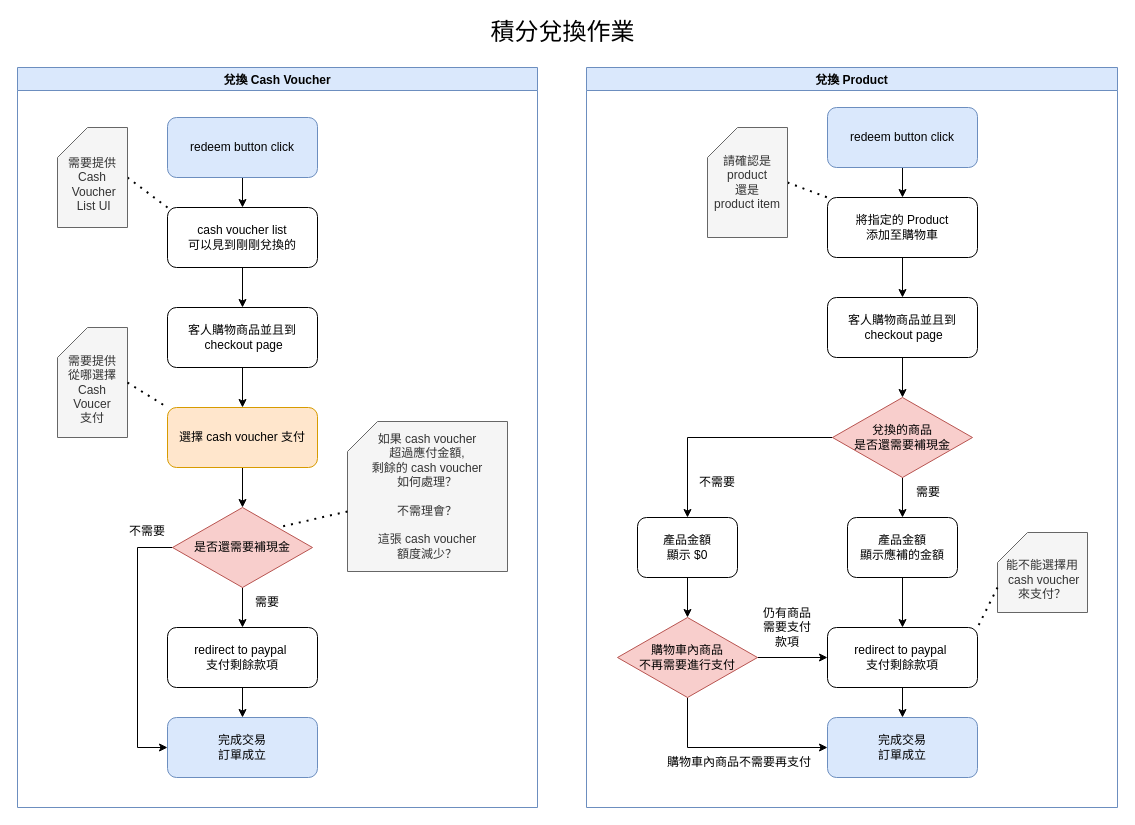
Above: Redeem_Flow.drawio in robbywu-linkage/robbywu-linkage (draw.io), before the change. Source tidied: cells renumbered, new cells numbered last; positions are measured from the earlier drawing's top-left corner, leaving out a move shared by most shapes. Both pictures are drawn from the tidied source at 100%, with x=0, y=0 at pixel (17, 17).
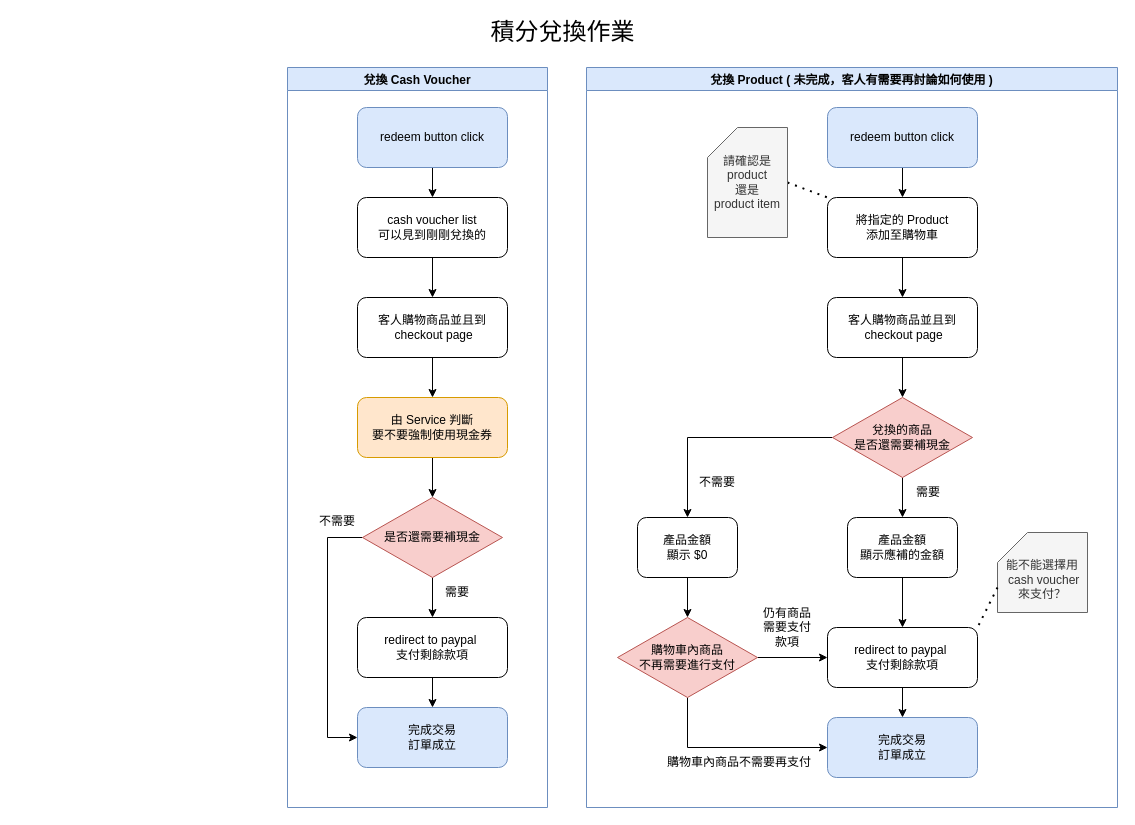
The same page after the edit.

Diff of the diagram source:
```diff
@@
     <mxCell id="2" value="兌換 Cash Voucher" style="swimlane;fillColor=#dae8fc;strokeColor=#6c8ebf;" parent="1" vertex="1">
-      <mxGeometry y="50" width="520" height="740" as="geometry" />
+      <mxGeometry x="270" y="50" width="260" height="740" as="geometry" />
     </mxCell>
     <mxCell id="3" value="cash voucher list &lt;br&gt;可以見到剛剛兌換的" style="rounded=1;whiteSpace=wrap;html=1;" parent="2" vertex="1">
-      <mxGeometry x="150" y="140" width="150" height="60" as="geometry" />
+      <mxGeometry x="70" y="130" width="150" height="60" as="geometry" />
     </mxCell>
@@
     <mxCell id="5" value="redeem button click" style="rounded=1;whiteSpace=wrap;html=1;fillColor=#dae8fc;strokeColor=#6c8ebf;" parent="2" vertex="1">
-      <mxGeometry x="150" y="50" width="150" height="60" as="geometry" />
+      <mxGeometry x="70" y="40" width="150" height="60" as="geometry" />
     </mxCell>
     <mxCell id="6" value="客人購物商品並且到&lt;br&gt;&amp;nbsp;checkout page" style="rounded=1;whiteSpace=wrap;html=1;" parent="2" vertex="1">
-      <mxGeometry x="150" y="240" width="150" height="60" as="geometry" />
+      <mxGeometry x="70" y="230" width="150" height="60" as="geometry" />
     </mxCell>
@@
-    <mxCell id="9" value="選擇 cash voucher 支付" style="rounded=1;whiteSpace=wrap;html=1;fillColor=#ffe6cc;strokeColor=#d79b00;" parent="2" vertex="1">
-      <mxGeometry x="150" y="340" width="150" height="60" as="geometry" />
+    <mxCell id="9" value="由 Service 判斷&lt;br&gt;要不要強制使用現金券" style="rounded=1;whiteSpace=wrap;html=1;fillColor=#ffe6cc;strokeColor=#d79b00;" parent="2" vertex="1">
+      <mxGeometry x="70" y="330" width="150" height="60" as="geometry" />
     </mxCell>
@@
     <mxCell id="12" style="edgeStyle=orthogonalEdgeStyle;rounded=0;jettySize=auto;html=1;entryX=0;entryY=0.5;entryDx=0;entryDy=0;" parent="2" edge="1" source="13" target="17">
       <mxGeometry relative="1" as="geometry">
         <Array as="points">
-          <mxPoint x="120" y="480" />
-          <mxPoint x="120" y="680" />
+          <mxPoint x="40" y="470" />
+          <mxPoint x="40" y="670" />
         </Array>
       </mxGeometry>
     </mxCell>
     <mxCell id="13" value="是否還需要補現金" style="rhombus;whiteSpace=wrap;html=1;fillColor=#f8cecc;strokeColor=#b85450;" parent="2" vertex="1">
-      <mxGeometry x="155" y="440" width="140" height="80" as="geometry" />
+      <mxGeometry x="75" y="430" width="140" height="80" as="geometry" />
     </mxCell>
@@
     <mxCell id="15" value="redirect to paypal&amp;nbsp;&lt;br&gt;支付剩餘款項" style="rounded=1;whiteSpace=wrap;html=1;" parent="2" vertex="1">
-      <mxGeometry x="150" y="560" width="150" height="60" as="geometry" />
+      <mxGeometry x="70" y="550" width="150" height="60" as="geometry" />
     </mxCell>
     <mxCell id="16" value="需要" style="text;html=1;strokeColor=none;fillColor=none;align=center;verticalAlign=middle;whiteSpace=wrap;rounded=0;" parent="2" vertex="1">
-      <mxGeometry x="220" y="520" width="60" height="30" as="geometry" />
+      <mxGeometry x="140" y="510" width="60" height="30" as="geometry" />
     </mxCell>
     <mxCell id="17" value="完成交易&lt;br&gt;訂單成立" style="rounded=1;whiteSpace=wrap;html=1;fillColor=#dae8fc;strokeColor=#6c8ebf;" parent="2" vertex="1">
-      <mxGeometry x="150" y="650" width="150" height="60" as="geometry" />
+      <mxGeometry x="70" y="640" width="150" height="60" as="geometry" />
     </mxCell>
     <mxCell id="18" value="不需要" style="text;html=1;strokeColor=none;fillColor=none;align=center;verticalAlign=middle;whiteSpace=wrap;rounded=0;" parent="2" vertex="1">
-      <mxGeometry x="100" y="449" width="60" height="30" as="geometry" />
+      <mxGeometry x="20" y="439" width="60" height="30" as="geometry" />
     </mxCell>
-    <mxCell id="19" style="endArrow=none;dashed=1;html=1;dashPattern=1 3;strokeWidth=2;rounded=0;entryX=0;entryY=0;entryDx=0;entryDy=0;exitX=1;exitY=0.5;exitDx=0;exitDy=0;exitPerimeter=0;" parent="2" edge="1" source="20" target="3">
-      <mxGeometry relative="1" as="geometry" />
-    </mxCell>
-    <mxCell id="20" value="&lt;br&gt;需要提供&lt;br&gt;Cash&lt;br&gt;&amp;nbsp;Voucher&lt;br&gt;&amp;nbsp;List UI" style="shape=card;whiteSpace=wrap;html=1;fillColor=#f5f5f5;fontColor=#333333;strokeColor=#666666;" parent="2" vertex="1">
-      <mxGeometry x="40" y="60" width="70" height="100" as="geometry" />
-    </mxCell>
-    <mxCell id="21" value="&lt;br&gt;需要提供&lt;br&gt;從哪選擇 Cash Voucer &lt;br&gt;支付" style="shape=card;whiteSpace=wrap;html=1;fillColor=#f5f5f5;fontColor=#333333;strokeColor=#666666;" parent="2" vertex="1">
-      <mxGeometry x="40" y="260" width="70" height="110" as="geometry" />
-    </mxCell>
-    <mxCell id="22" style="endArrow=none;dashed=1;html=1;dashPattern=1 3;strokeWidth=2;rounded=0;entryX=0;entryY=0;entryDx=0;entryDy=0;exitX=1;exitY=0.5;exitDx=0;exitDy=0;exitPerimeter=0;" parent="2" edge="1" source="21" target="9">
-      <mxGeometry relative="1" as="geometry" />
-    </mxCell>
-    <mxCell id="23" value="如果 cash voucher &lt;br&gt;超過應付金額, &lt;br&gt;剩餘的 cash voucher &lt;br&gt;如何處理？&lt;br&gt;&lt;br&gt;不需理會？&lt;br&gt;&lt;br&gt;這張 cash voucher &lt;br&gt;額度減少？" style="shape=card;whiteSpace=wrap;html=1;fillColor=#f5f5f5;fontColor=#333333;strokeColor=#666666;" parent="2" vertex="1">
-      <mxGeometry x="330" y="354" width="160" height="150" as="geometry" />
-    </mxCell>
-    <mxCell id="24" style="endArrow=none;dashed=1;html=1;dashPattern=1 3;strokeWidth=2;rounded=0;entryX=1;entryY=0;entryDx=0;entryDy=0;exitX=0;exitY=0;exitDx=0;exitDy=90;exitPerimeter=0;" parent="2" edge="1" source="23" target="13">
-      <mxGeometry relative="1" as="geometry" />
-    </mxCell>
-    <mxCell id="25" value="兌換 Product" style="swimlane;fillColor=#dae8fc;strokeColor=#6c8ebf;" parent="1" vertex="1">
+    <mxCell id="25" value="兌換 Product ( 未完成，客人有需要再討論如何使用 )" style="swimlane;fillColor=#dae8fc;strokeColor=#6c8ebf;" parent="1" vertex="1">
       <mxGeometry x="569" y="50" width="531" height="740" as="geometry" />
     </mxCell>
```
